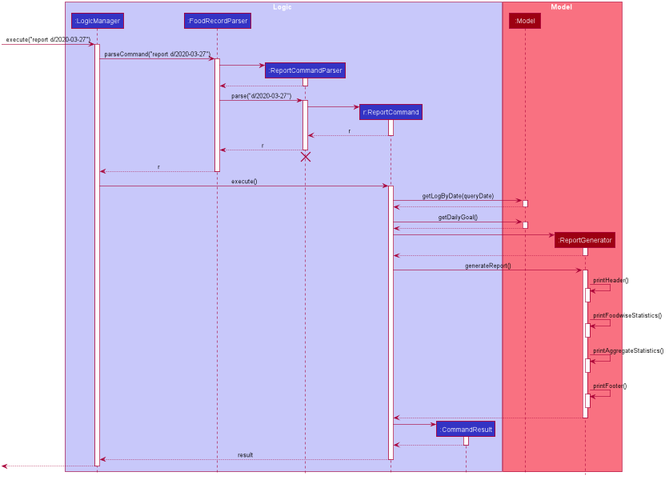
This is images/ReportFeatureSequenceDiagram.png from AY1920S2-CS2103T-F11-1/main, a PlantUML export, as it was before one commit. Its diagram source:
```plantuml
@startuml








skinparam BackgroundColor #FFFFFFF

skinparam Shadowing false

skinparam Class {
    FontColor #FFFFFF
    BorderThickness 1
    BorderColor #FFFFFF
    StereotypeFontColor #FFFFFF
    FontName Arial
}

skinparam Actor {
    BorderColor #000000
    Color #000000
    FontName Arial
}

skinparam Sequence {
    MessageAlign center
    BoxFontSize 15
    BoxPadding 0
    BoxFontColor #FFFFFF
    FontName Arial
}

skinparam Participant {
    FontColor #FFFFFFF
    Padding 20
}

skinparam MinClassWidth 50
skinparam ParticipantPadding 10
skinparam Shadowing false
skinparam DefaultTextAlignment center
skinparam packageStyle Rectangle

hide footbox
hide members
hide circle

box Logic #C8C8FA
participant ":LogicManager" as LogicManager #3333C4
participant ":FoodRecordParser" as FoodRecordParser #3333C4
participant ":ReportCommandParser" as ReportCommandParser #3333C4
participant "r:ReportCommand" as ReportCommand #3333C4
participant ":CommandResult" as CommandResult #3333C4
end box

box Model #F97181
participant ":Model" as Model #9D0012
participant ":ReportGenerator" as ReportGenerator #9D0012
end box

[-> LogicManager : execute("report d/2020-03-27")
activate LogicManager

LogicManager -> FoodRecordParser : parseCommand("report d/2020-03-27")
activate FoodRecordParser

create ReportCommandParser
FoodRecordParser -> ReportCommandParser
activate ReportCommandParser

ReportCommandParser --> FoodRecordParser
deactivate ReportCommandParser

FoodRecordParser -> ReportCommandParser : parse("d/2020-03-27")
activate ReportCommandParser

create ReportCommand
ReportCommandParser -> ReportCommand
activate ReportCommand

ReportCommand --> ReportCommandParser : r
deactivate ReportCommand

ReportCommandParser --> FoodRecordParser : r
deactivate ReportCommandParser
ReportCommandParser -[hidden]-> FoodRecordParser
destroy ReportCommandParser

FoodRecordParser --> LogicManager : r
deactivate FoodRecordParser

LogicManager -> ReportCommand : execute()
activate ReportCommand

ReportCommand -> Model : getLogByDate(queryDate)
activate Model

Model --> ReportCommand
deactivate Model

ReportCommand -> Model : getDailyGoal()
activate Model
Model --> ReportCommand
deactivate Model

create ReportGenerator
ReportCommand -> ReportGenerator
activate ReportGenerator
ReportGenerator --> ReportCommand
deactivate ReportGenerator

ReportCommand -> ReportGenerator : generateReport()
activate ReportGenerator

ReportGenerator -> ReportGenerator : printHeader()
activate ReportGenerator
deactivate ReportGenerator

ReportGenerator -> ReportGenerator : printFoodwiseStatistics()
activate ReportGenerator
deactivate ReportGenerator

ReportGenerator -> ReportGenerator : printAggregateStatistics()
activate ReportGenerator
deactivate ReportGenerator

ReportGenerator -> ReportGenerator : printFooter()
activate ReportGenerator
deactivate ReportGenerator

ReportGenerator --> ReportCommand
deactivate ReportGenerator
create CommandResult
ReportCommand -> CommandResult
activate CommandResult

CommandResult --> ReportCommand
deactivate CommandResult

ReportCommand --> LogicManager : result
deactivate ReportCommand

[<--LogicManager
deactivate LogicManager
@enduml
```
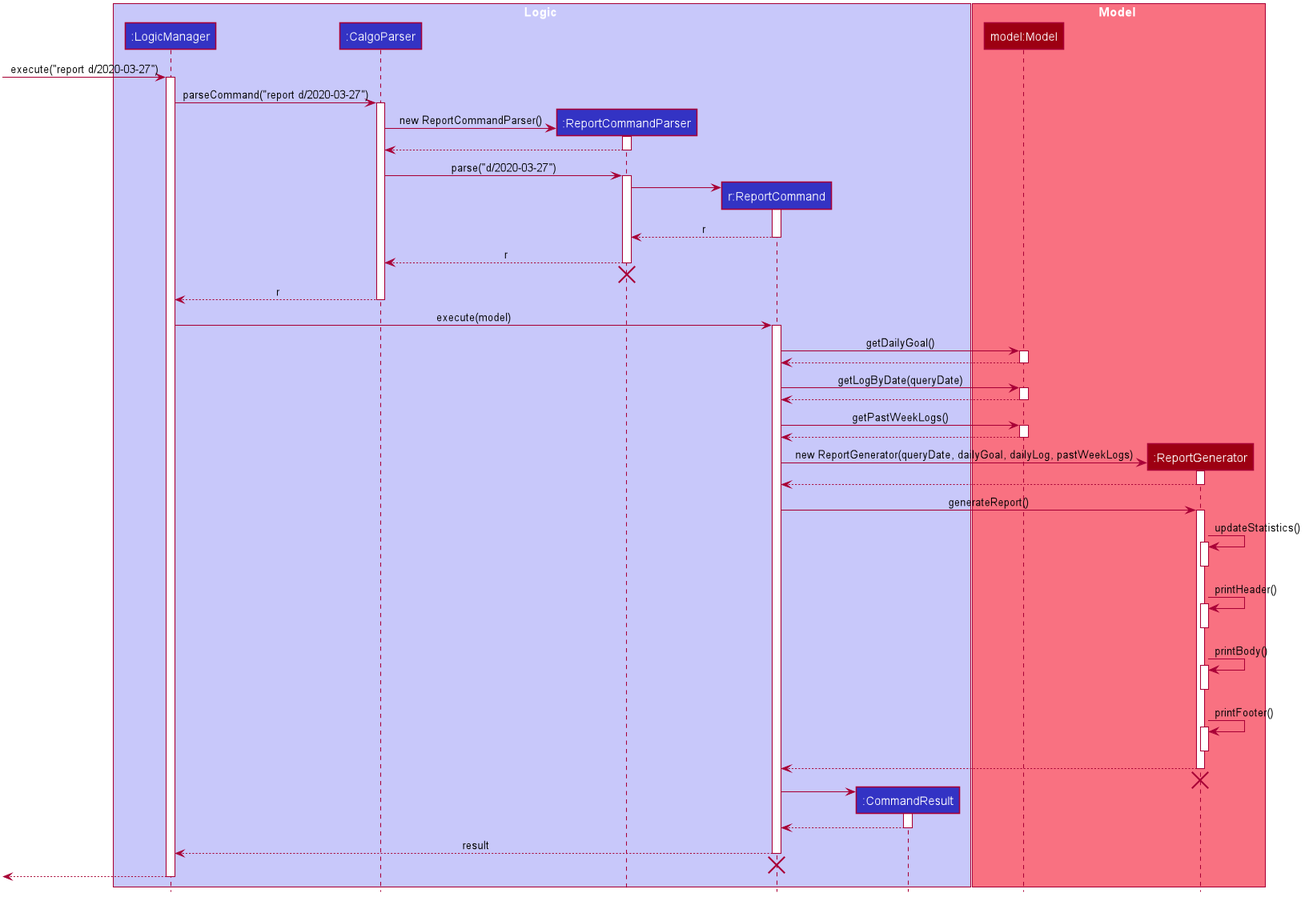
After the change.

What changed in the source:
```diff
@@ -1,4 +1,5 @@
 @startuml
+
 
 
 
@@ -50,31 +51,31 @@
 
 box Logic #C8C8FA
 participant ":LogicManager" as LogicManager #3333C4
-participant ":FoodRecordParser" as FoodRecordParser #3333C4
+participant ":CalgoParser" as CalgoParser #3333C4
 participant ":ReportCommandParser" as ReportCommandParser #3333C4
 participant "r:ReportCommand" as ReportCommand #3333C4
 participant ":CommandResult" as CommandResult #3333C4
 end box
 
 box Model #F97181
-participant ":Model" as Model #9D0012
+participant "model:Model" as Model #9D0012
 participant ":ReportGenerator" as ReportGenerator #9D0012
 end box
 
 [-> LogicManager : execute("report d/2020-03-27")
 activate LogicManager
 
-LogicManager -> FoodRecordParser : parseCommand("report d/2020-03-27")
-activate FoodRecordParser
+LogicManager -> CalgoParser : parseCommand("report d/2020-03-27")
+activate CalgoParser
 
 create ReportCommandParser
-FoodRecordParser -> ReportCommandParser
+CalgoParser -> ReportCommandParser : new ReportCommandParser()
 activate ReportCommandParser
 
-ReportCommandParser --> FoodRecordParser
+ReportCommandParser --> CalgoParser
 deactivate ReportCommandParser
 
-FoodRecordParser -> ReportCommandParser : parse("d/2020-03-27")
+CalgoParser -> ReportCommandParser : parse("d/2020-03-27")
 activate ReportCommandParser
 
 create ReportCommand
@@ -84,16 +85,22 @@
 ReportCommand --> ReportCommandParser : r
 deactivate ReportCommand
 
-ReportCommandParser --> FoodRecordParser : r
+ReportCommandParser --> CalgoParser : r
 deactivate ReportCommandParser
-ReportCommandParser -[hidden]-> FoodRecordParser
+ReportCommandParser -[hidden]-> CalgoParser
 destroy ReportCommandParser
 
-FoodRecordParser --> LogicManager : r
-deactivate FoodRecordParser
+CalgoParser --> LogicManager : r
+deactivate CalgoParser
 
-LogicManager -> ReportCommand : execute()
+LogicManager -> ReportCommand : execute(model)
 activate ReportCommand
+
+ReportCommand -> Model : getDailyGoal()
+activate Model
+
+Model --> ReportCommand
+deactivate Model
 
 ReportCommand -> Model : getLogByDate(queryDate)
 activate Model
@@ -101,13 +108,15 @@
 Model --> ReportCommand
 deactivate Model
 
-ReportCommand -> Model : getDailyGoal()
+ReportCommand -> Model : getPastWeekLogs()
 activate Model
+
 Model --> ReportCommand
 deactivate Model
 
 create ReportGenerator
-ReportCommand -> ReportGenerator
+ReportCommand -> ReportGenerator : new ReportGenerator(queryDate, dailyGoal, dailyLog, pastWeekLogs)
+
 activate ReportGenerator
 ReportGenerator --> ReportCommand
 deactivate ReportGenerator
@@ -115,15 +124,15 @@
 ReportCommand -> ReportGenerator : generateReport()
 activate ReportGenerator
 
+ReportGenerator -> ReportGenerator : updateStatistics()
+activate ReportGenerator
+deactivate ReportGenerator
+
 ReportGenerator -> ReportGenerator : printHeader()
 activate ReportGenerator
 deactivate ReportGenerator
 
-ReportGenerator -> ReportGenerator : printFoodwiseStatistics()
-activate ReportGenerator
-deactivate ReportGenerator
-
-ReportGenerator -> ReportGenerator : printAggregateStatistics()
+ReportGenerator -> ReportGenerator : printBody()
 activate ReportGenerator
 deactivate ReportGenerator
 
@@ -133,6 +142,9 @@
 
 ReportGenerator --> ReportCommand
 deactivate ReportGenerator
+ReportGenerator -[hidden]-> CalgoParser
+destroy ReportGenerator
+
 create CommandResult
 ReportCommand -> CommandResult
 activate CommandResult
@@ -142,6 +154,8 @@
 
 ReportCommand --> LogicManager : result
 deactivate ReportCommand
+ReportCommand -[hidden]-> CalgoParser
+destroy ReportCommand
 
 [<--LogicManager
 deactivate LogicManager
```
